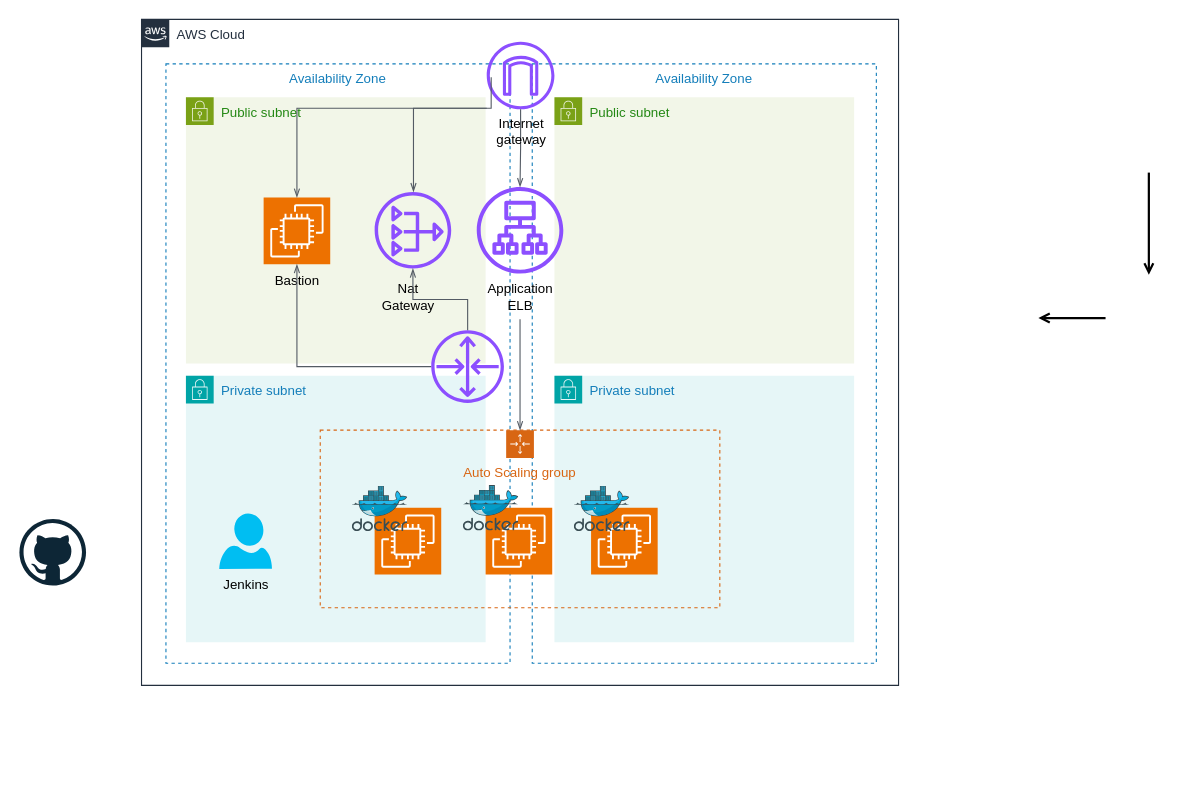
The draw.io diagram 젠킨스.drawio in design-view/cssex, before the edit. Source tidied: cells renumbered, new cells numbered last; positions are measured from the earlier drawing's top-left corner, leaving out a move shared by most shapes. Both pictures are drawn from the tidied source at 111%, with x=0, y=0 at pixel (19, 19).
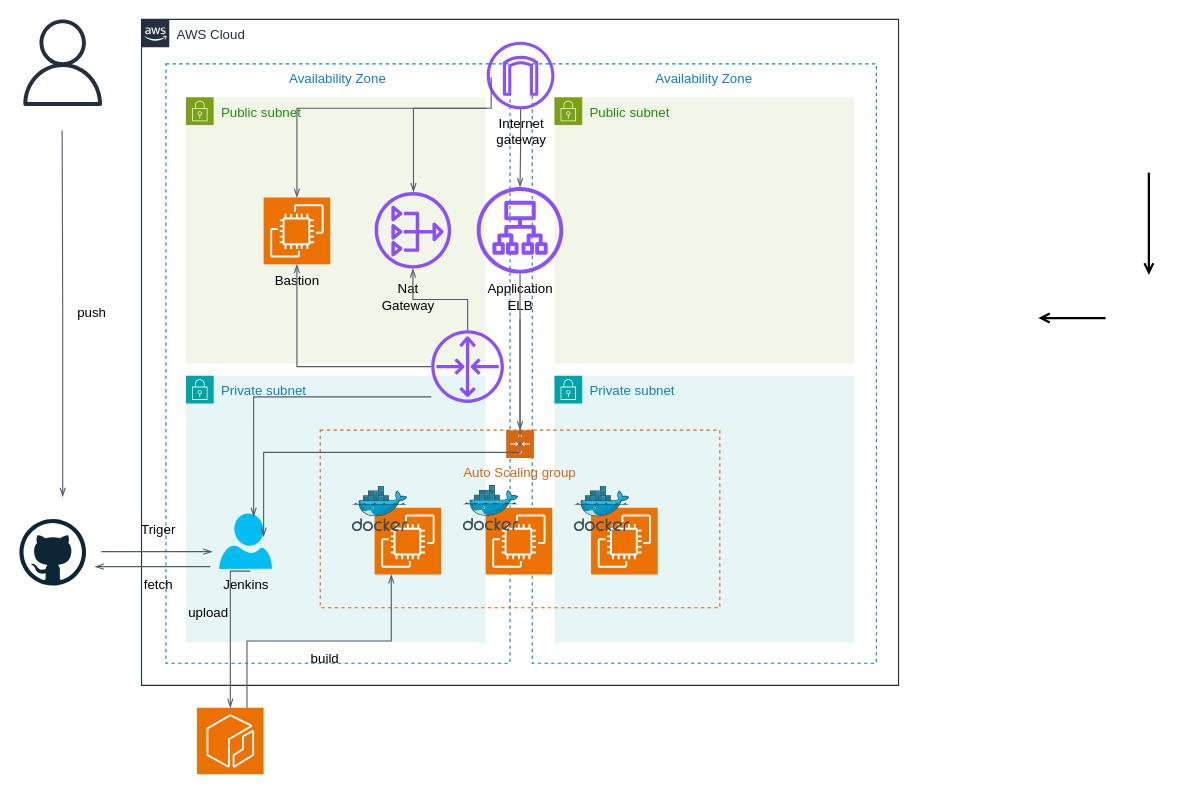
After the change.

Commit message (it also covers changes not shown here):
젠킨스.drawio 업데이트

Unchanged cells that the change refers to:
```xml
<mxCell id="2" value="AWS Cloud" style="gradientColor=none;html=1;whiteSpace=wrap;fontSize=12;fontStyle=0;shape=mxgraph.aws4.group;grIcon=mxgraph.aws4.group_aws_cloud_alt;strokeColor=#232F3E;fillColor=none;verticalAlign=top;align=left;spacingLeft=30;fontColor=#232F3E;dashed=0;labelBackgroundColor=#ffffff;" parent="1" vertex="1">
  <mxGeometry x="110" width="682" height="600" as="geometry" />
</mxCell>
<mxCell id="5" value="Private subnet" style="gradientColor=none;html=1;whiteSpace=wrap;fontSize=12;fontStyle=0;shape=mxgraph.aws4.group;grIcon=mxgraph.aws4.group_security_group;grStroke=0;strokeColor=#00A4A6;fillColor=#E6F6F7;verticalAlign=top;align=left;spacingLeft=30;fontColor=#147EBA;dashed=0;" parent="2" vertex="1">
  <mxGeometry x="40" y="321" width="270" height="240" as="geometry" />
</mxCell>
<mxCell id="6" value="Jenkins" style="text;html=1;align=center;verticalAlign=middle;points=[];strokeColor=none;fillColor=none;" parent="5" vertex="1">
  <mxGeometry x="23.8" y="174" width="60" height="30" as="geometry" />
</mxCell>
<mxCell id="13" style="sketch=0;outlineConnect=0;fontColor=#232F3E;gradientColor=none;fillColor=#8C4FFF;strokeColor=none;dashed=0;verticalLabelPosition=bottom;verticalAlign=top;align=center;html=1;fontSize=12;fontStyle=0;shape=mxgraph.aws4.application_load_balancer;" parent="2" vertex="1">
  <mxGeometry x="302" y="151" width="78" height="78" as="geometry" />
</mxCell>
<mxCell id="18" style="sketch=0;points=[[0,0,0],[0.25,0,0],[0.5,0,0],[0.75,0,0],[1,0,0],[0,1,0],[0.25,1,0],[0.5,1,0],[0.75,1,0],[1,1,0],[0,0.25,0],[0,0.5,0],[0,0.75,0],[1,0.25,0],[1,0.5,0],[1,0.75,0]];outlineConnect=0;fontColor=#232F3E;fillColor=#ED7100;strokeColor=#ffffff;dashed=0;verticalLabelPosition=bottom;verticalAlign=top;align=center;html=1;fontSize=12;fontStyle=0;shape=mxgraph.aws4.resourceIcon;resIcon=mxgraph.aws4.ec2;" parent="2" vertex="1">
  <mxGeometry x="210" y="440" width="60" height="60" as="geometry" />
</mxCell>
<mxCell id="20" style="sketch=0;outlineConnect=0;fontColor=#232F3E;gradientColor=none;fillColor=#8C4FFF;strokeColor=none;dashed=0;verticalLabelPosition=bottom;verticalAlign=top;align=center;html=1;fontSize=12;fontStyle=0;shape=mxgraph.aws4.router;" parent="2" vertex="1">
  <mxGeometry x="261" y="280" width="65.5" height="65.5" as="geometry" />
</mxCell>
<mxCell id="21" style="verticalLabelPosition=bottom;html=1;verticalAlign=top;align=center;strokeColor=none;fillColor=#00BEF2;shape=mxgraph.azure.user;" parent="2" vertex="1">
  <mxGeometry x="70" y="445" width="47.5" height="50" as="geometry" />
</mxCell>
```

Change to the diagram source:
```diff
@@
+    <mxCell id="36" style="edgeStyle=orthogonalEdgeStyle;html=1;endArrow=openThin;elbow=vertical;startArrow=none;endFill=0;strokeColor=#545B64;rounded=0;" parent="5" edge="1">
+      <mxGeometry relative="1" as="geometry">
+        <mxPoint x="-76.2" y="158.5" as="sourcePoint" />
+        <mxPoint x="23.8" y="158.5" as="targetPoint" />
+      </mxGeometry>
+    </mxCell>
@@
+    <mxCell id="37" style="edgeStyle=orthogonalEdgeStyle;html=1;endArrow=openThin;elbow=vertical;startArrow=none;endFill=0;strokeColor=#545B64;rounded=0;entryX=0.653;entryY=0.06;entryDx=0;entryDy=0;entryPerimeter=0;" parent="2" edge="1" source="20" target="21">
+      <mxGeometry relative="1" as="geometry">
+        <Array as="points">
+          <mxPoint x="101" y="340" />
+        </Array>
+      </mxGeometry>
+    </mxCell>
+    <mxCell id="38" style="edgeStyle=orthogonalEdgeStyle;html=1;endArrow=none;elbow=vertical;startArrow=openThin;startFill=0;strokeColor=#545B64;rounded=0;exitX=0.842;exitY=0.42;exitDx=0;exitDy=0;exitPerimeter=0;" parent="2" edge="1" source="21" target="13">
+      <mxGeometry relative="1" as="geometry">
+        <Array as="points">
+          <mxPoint x="110" y="390" />
+          <mxPoint x="341" y="390" />
+        </Array>
+      </mxGeometry>
+    </mxCell>
+    <mxCell id="39" value="Triger" style="text;html=1;align=center;verticalAlign=middle;strokeColor=none;fillColor=none;" parent="2" vertex="1">
+      <mxGeometry x="-10" y="445" width="50" height="30" as="geometry" />
+    </mxCell>
+    <mxCell id="40" value="fetch" style="text;html=1;align=center;verticalAlign=middle;strokeColor=none;fillColor=none;" parent="2" vertex="1">
+      <mxGeometry x="-10" y="495" width="50" height="30" as="geometry" />
+    </mxCell>
+    <mxCell id="41" value="build" style="text;html=1;align=center;verticalAlign=middle;strokeColor=none;fillColor=none;" parent="2" vertex="1">
+      <mxGeometry x="140" y="561" width="50" height="30" as="geometry" />
+    </mxCell>
+    <mxCell id="42" value="upload" style="text;html=1;align=center;verticalAlign=middle;strokeColor=none;fillColor=none;" parent="2" vertex="1">
+      <mxGeometry x="30" y="520" width="60" height="30" as="geometry" />
+    </mxCell>
@@
+    <mxCell id="43" style="edgeStyle=orthogonalEdgeStyle;html=1;endArrow=none;elbow=vertical;startArrow=openThin;startFill=0;strokeColor=#545B64;rounded=0;entryX=0.171;entryY=-0.067;entryDx=0;entryDy=0;entryPerimeter=0;" parent="1" edge="1">
+      <mxGeometry relative="1" as="geometry">
+        <mxPoint x="68" y="493" as="sourcePoint" />
+        <mxPoint x="172" y="493" as="targetPoint" />
+        <Array as="points">
+          <mxPoint x="78" y="493" />
+          <mxPoint x="78" y="493" />
+        </Array>
+      </mxGeometry>
+    </mxCell>
+    <mxCell id="44" style="sketch=0;fontColor=#232F3E;gradientColor=none;fillColor=#232F3D;strokeColor=none;dashed=0;verticalLabelPosition=bottom;verticalAlign=top;align=center;html=1;fontSize=12;fontStyle=0;shape=mxgraph.aws4.user;" parent="1" vertex="1">
+      <mxGeometry width="78" height="78" as="geometry" />
+    </mxCell>
+    <mxCell id="45" style="edgeStyle=orthogonalEdgeStyle;html=1;endArrow=openThin;elbow=vertical;startArrow=none;endFill=0;strokeColor=#545B64;rounded=0;" parent="1" edge="1">
+      <mxGeometry relative="1" as="geometry">
+        <mxPoint x="38.5" y="100" as="sourcePoint" />
+        <mxPoint x="39" y="430" as="targetPoint" />
+      </mxGeometry>
+    </mxCell>
+    <mxCell id="46" value="push" style="text;html=1;align=center;verticalAlign=middle;strokeColor=none;fillColor=none;" parent="1" vertex="1">
+      <mxGeometry x="40" y="250" width="50" height="30" as="geometry" />
+    </mxCell>
+    <mxCell id="47" style="edgeStyle=orthogonalEdgeStyle;html=1;endArrow=none;elbow=vertical;startArrow=openThin;startFill=0;strokeColor=#545B64;rounded=0;exitX=0.25;exitY=1;exitDx=0;exitDy=0;exitPerimeter=0;entryX=0.75;entryY=0;entryDx=0;entryDy=0;entryPerimeter=0;" parent="1" edge="1" source="18" target="48">
+      <mxGeometry relative="1" as="geometry" />
+    </mxCell>
+    <mxCell id="48" style="sketch=0;points=[[0,0,0],[0.25,0,0],[0.5,0,0],[0.75,0,0],[1,0,0],[0,1,0],[0.25,1,0],[0.5,1,0],[0.75,1,0],[1,1,0],[0,0.25,0],[0,0.5,0],[0,0.75,0],[1,0.25,0],[1,0.5,0],[1,0.75,0]];outlineConnect=0;fontColor=#232F3E;fillColor=#ED7100;strokeColor=#ffffff;dashed=0;verticalLabelPosition=bottom;verticalAlign=top;align=center;html=1;fontSize=12;fontStyle=0;shape=mxgraph.aws4.resourceIcon;resIcon=mxgraph.aws4.ecr;" parent="1" vertex="1">
+      <mxGeometry x="160" y="620" width="60" height="60" as="geometry" />
+    </mxCell>
+    <mxCell id="49" style="edgeStyle=orthogonalEdgeStyle;html=1;endArrow=none;elbow=vertical;startArrow=openThin;startFill=0;strokeColor=#545B64;rounded=0;exitX=0.5;exitY=0;exitDx=0;exitDy=0;exitPerimeter=0;entryX=0.571;entryY=0.067;entryDx=0;entryDy=0;entryPerimeter=0;" parent="1" edge="1" source="48" target="6">
+      <mxGeometry relative="1" as="geometry">
+        <Array as="points">
+          <mxPoint x="190" y="497" />
+        </Array>
+      </mxGeometry>
+    </mxCell>
```
